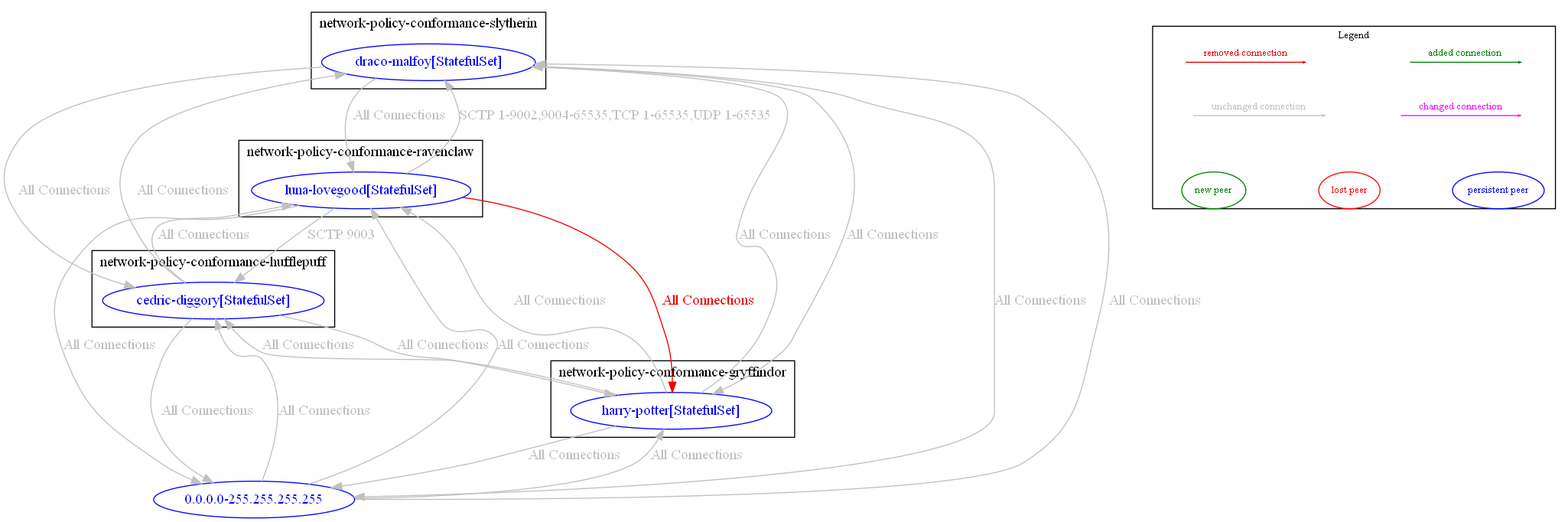
Earlier version of the Graphviz export test_outputs/diff/diff_between_banp_test_core_egress_sctp_swapping_rules_and_banp_test_core_egress_sctp_rules.dot.png (np-guard/netpol-analyzer). Its source is kept beside it as test_outputs/diff/diff_between_banp_test_core_egress_sctp_swapping_rules_and_banp_test_core_egress_sctp_rules.dot. Source of this version:
```dot
digraph {
	subgraph "cluster_network_policy_conformance_gryffindor" {
		color="black"
		fontcolor="black"
		"network-policy-conformance-gryffindor/harry-potter[StatefulSet]" [label="harry-potter[StatefulSet]" color="blue" fontcolor="blue"]
		label="network-policy-conformance-gryffindor"
	}
	subgraph "cluster_network_policy_conformance_hufflepuff" {
		color="black"
		fontcolor="black"
		"network-policy-conformance-hufflepuff/cedric-diggory[StatefulSet]" [label="cedric-diggory[StatefulSet]" color="blue" fontcolor="blue"]
		label="network-policy-conformance-hufflepuff"
	}
	subgraph "cluster_network_policy_conformance_ravenclaw" {
		color="black"
		fontcolor="black"
		"network-policy-conformance-ravenclaw/luna-lovegood[StatefulSet]" [label="luna-lovegood[StatefulSet]" color="blue" fontcolor="blue"]
		label="network-policy-conformance-ravenclaw"
	}
	subgraph "cluster_network_policy_conformance_slytherin" {
		color="black"
		fontcolor="black"
		"network-policy-conformance-slytherin/draco-malfoy[StatefulSet]" [label="draco-malfoy[StatefulSet]" color="blue" fontcolor="blue"]
		label="network-policy-conformance-slytherin"
	}
	"0.0.0.0-255.255.255.255" [label="0.0.0.0-255.255.255.255" color="blue" fontcolor="blue"]
	"0.0.0.0-255.255.255.255" -> "network-policy-conformance-gryffindor/harry-potter[StatefulSet]" [label="All Connections" color="grey" fontcolor="grey" weight=0.5]
	"0.0.0.0-255.255.255.255" -> "network-policy-conformance-hufflepuff/cedric-diggory[StatefulSet]" [label="All Connections" color="grey" fontcolor="grey" weight=0.5]
	"0.0.0.0-255.255.255.255" -> "network-policy-conformance-ravenclaw/luna-lovegood[StatefulSet]" [label="All Connections" color="grey" fontcolor="grey" weight=0.5]
	"0.0.0.0-255.255.255.255" -> "network-policy-conformance-slytherin/draco-malfoy[StatefulSet]" [label="All Connections" color="grey" fontcolor="grey" weight=0.5]
	"network-policy-conformance-gryffindor/harry-potter[StatefulSet]" -> "0.0.0.0-255.255.255.255" [label="All Connections" color="grey" fontcolor="grey" weight=1]
	"network-policy-conformance-gryffindor/harry-potter[StatefulSet]" -> "network-policy-conformance-hufflepuff/cedric-diggory[StatefulSet]" [label="All Connections" color="grey" fontcolor="grey" weight=0.5]
	"network-policy-conformance-gryffindor/harry-potter[StatefulSet]" -> "network-policy-conformance-ravenclaw/luna-lovegood[StatefulSet]" [label="All Connections" color="grey" fontcolor="grey" weight=0.5]
	"network-policy-conformance-gryffindor/harry-potter[StatefulSet]" -> "network-policy-conformance-slytherin/draco-malfoy[StatefulSet]" [label="All Connections" color="grey" fontcolor="grey" weight=0.5]
	"network-policy-conformance-hufflepuff/cedric-diggory[StatefulSet]" -> "0.0.0.0-255.255.255.255" [label="All Connections" color="grey" fontcolor="grey" weight=1]
	"network-policy-conformance-hufflepuff/cedric-diggory[StatefulSet]" -> "network-policy-conformance-gryffindor/harry-potter[StatefulSet]" [label="All Connections" color="grey" fontcolor="grey" weight=1]
	"network-policy-conformance-hufflepuff/cedric-diggory[StatefulSet]" -> "network-policy-conformance-ravenclaw/luna-lovegood[StatefulSet]" [label="All Connections" color="grey" fontcolor="grey" weight=0.5]
	"network-policy-conformance-hufflepuff/cedric-diggory[StatefulSet]" -> "network-policy-conformance-slytherin/draco-malfoy[StatefulSet]" [label="All Connections" color="grey" fontcolor="grey" weight=0.5]
	"network-policy-conformance-ravenclaw/luna-lovegood[StatefulSet]" -> "0.0.0.0-255.255.255.255" [label="All Connections" color="grey" fontcolor="grey" weight=1]
	"network-policy-conformance-ravenclaw/luna-lovegood[StatefulSet]" -> "network-policy-conformance-gryffindor/harry-potter[StatefulSet]" [label="All Connections" color="red2" fontcolor="red2" weight=1]
	"network-policy-conformance-ravenclaw/luna-lovegood[StatefulSet]" -> "network-policy-conformance-hufflepuff/cedric-diggory[StatefulSet]" [label="SCTP 9003" color="grey" fontcolor="grey" weight=1]
	"network-policy-conformance-ravenclaw/luna-lovegood[StatefulSet]" -> "network-policy-conformance-slytherin/draco-malfoy[StatefulSet]" [label="SCTP 1-9002,9004-65535,TCP 1-65535,UDP 1-65535" color="grey" fontcolor="grey" weight=0.5]
	"network-policy-conformance-slytherin/draco-malfoy[StatefulSet]" -> "0.0.0.0-255.255.255.255" [label="All Connections" color="grey" fontcolor="grey" weight=1]
	"network-policy-conformance-slytherin/draco-malfoy[StatefulSet]" -> "network-policy-conformance-gryffindor/harry-potter[StatefulSet]" [label="All Connections" color="grey" fontcolor="grey" weight=1]
	"network-policy-conformance-slytherin/draco-malfoy[StatefulSet]" -> "network-policy-conformance-hufflepuff/cedric-diggory[StatefulSet]" [label="All Connections" color="grey" fontcolor="grey" weight=1]
	"network-policy-conformance-slytherin/draco-malfoy[StatefulSet]" -> "network-policy-conformance-ravenclaw/luna-lovegood[StatefulSet]" [label="All Connections" color="grey" fontcolor="grey" weight=1]
	nodesep=0.5
	subgraph cluster_legend {
		label="Legend"
		fontsize = 10
		margin=0
		a [style=invis height=0 width=0]
		b [style=invis height=0 width=0]
		c [style=invis height=0 width=0]
		d [style=invis height=0 width=0]
		e [style=invis height=0 width=0]
		f [style=invis height=0 width=0]
		g [style=invis height=0 width=0]
		h [style=invis height=0 width=0]
		{rank=source a b c d}
		{rank=same e f g h}
		a -> b [label="added connection", color="#008000" fontcolor="#008000" fontsize = 10 arrowsize=0.2]
		c -> d [label="removed connection", color="red2" fontcolor="red2" fontsize = 10 arrowsize=0.2]
		e -> f [label="changed connection", color="magenta" fontcolor="magenta" fontsize = 10 arrowsize=0.2]
		g -> h [label="unchanged connection", color="grey" fontcolor="grey" fontsize = 10 arrowsize=0.2]
		np [label="new peer" color="#008000" fontcolor="#008000" fontsize = 10]
		lp [label="lost peer" color="red" fontcolor="red" fontsize = 10]
		pp [label="persistent peer" color="blue" fontcolor="blue" fontsize = 10]
		{rank=sink np lp pp}
		np->lp [style=invis]
		lp->pp [style=invis]
	}
}
```
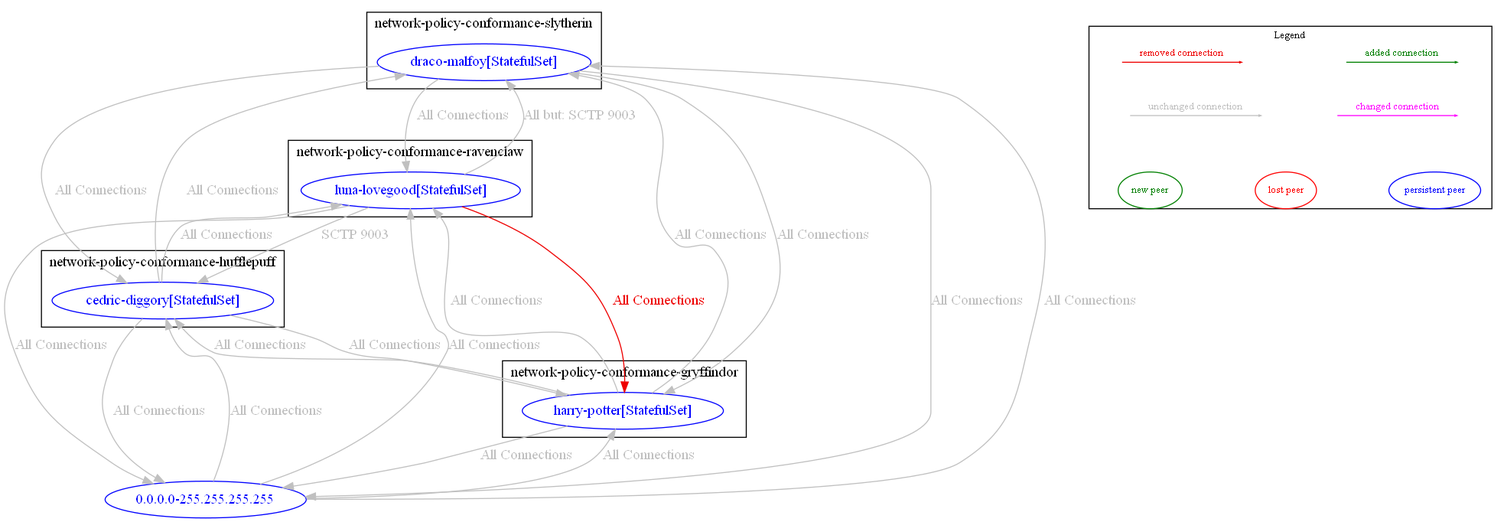
After the change.

Change to the diagram source:
```diff
@@ -39,7 +39,7 @@
 	"network-policy-conformance-ravenclaw/luna-lovegood[StatefulSet]" -> "0.0.0.0-255.255.255.255" [label="All Connections" color="grey" fontcolor="grey" weight=1]
 	"network-policy-conformance-ravenclaw/luna-lovegood[StatefulSet]" -> "network-policy-conformance-gryffindor/harry-potter[StatefulSet]" [label="All Connections" color="red2" fontcolor="red2" weight=1]
 	"network-policy-conformance-ravenclaw/luna-lovegood[StatefulSet]" -> "network-policy-conformance-hufflepuff/cedric-diggory[StatefulSet]" [label="SCTP 9003" color="grey" fontcolor="grey" weight=1]
-	"network-policy-conformance-ravenclaw/luna-lovegood[StatefulSet]" -> "network-policy-conformance-slytherin/draco-malfoy[StatefulSet]" [label="SCTP 1-9002,9004-65535,TCP 1-65535,UDP 1-65535" color="grey" fontcolor="grey" weight=0.5]
+	"network-policy-conformance-ravenclaw/luna-lovegood[StatefulSet]" -> "network-policy-conformance-slytherin/draco-malfoy[StatefulSet]" [label="All but: SCTP 9003" color="grey" fontcolor="grey" weight=0.5]
 	"network-policy-conformance-slytherin/draco-malfoy[StatefulSet]" -> "0.0.0.0-255.255.255.255" [label="All Connections" color="grey" fontcolor="grey" weight=1]
 	"network-policy-conformance-slytherin/draco-malfoy[StatefulSet]" -> "network-policy-conformance-gryffindor/harry-potter[StatefulSet]" [label="All Connections" color="grey" fontcolor="grey" weight=1]
 	"network-policy-conformance-slytherin/draco-malfoy[StatefulSet]" -> "network-policy-conformance-hufflepuff/cedric-diggory[StatefulSet]" [label="All Connections" color="grey" fontcolor="grey" weight=1]
```
